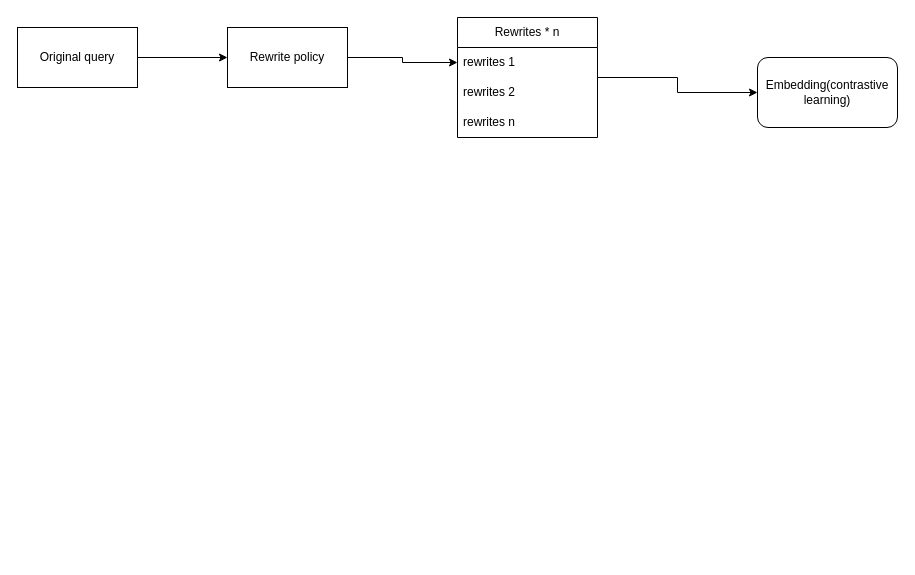
Earlier version of the draw.io diagram Untitled Diagram.drawio (ethanchan61/offline_dqn). Source tidied: cells renumbered, new cells numbered last; positions are measured from the earlier drawing's top-left corner, leaving out a move shared by most shapes. Both pictures are drawn from the tidied source at 100%, with x=0, y=0 at pixel (17, 17).
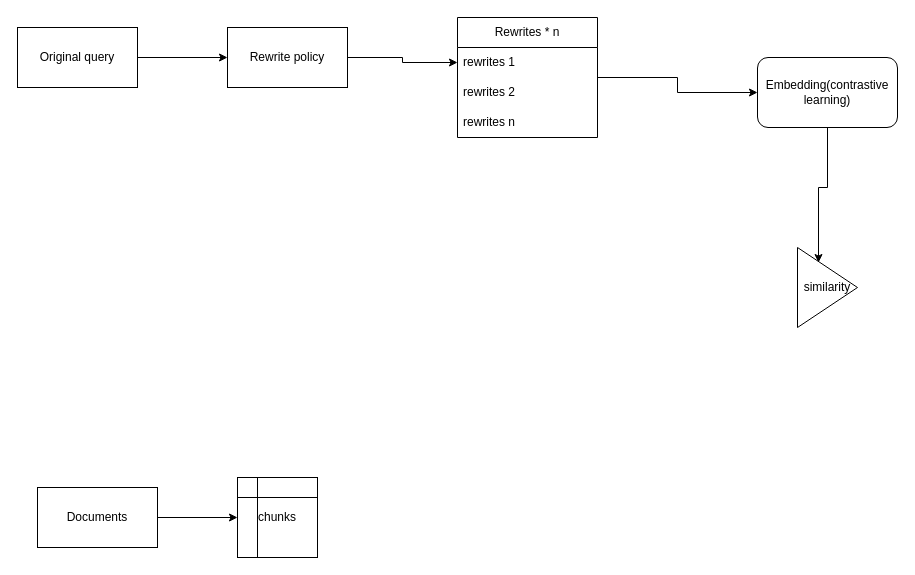
Above is the later version.

Change to the diagram source:
```diff
@@
 <mxGraphModel>
   <root>
     <mxCell id="0" />
     <mxCell id="1" parent="0" />
     <mxCell id="2" style="edgeStyle=orthogonalEdgeStyle;rounded=0;jettySize=auto;html=1;entryX=0;entryY=0.5;entryDx=0;entryDy=0;" parent="1" edge="1" source="3" target="5">
       <mxGeometry relative="1" as="geometry" />
     </mxCell>
     <mxCell id="3" value="Original query" style="rounded=0;whiteSpace=wrap;html=1;" parent="1" vertex="1">
       <mxGeometry y="10" width="120" height="60" as="geometry" />
     </mxCell>
     <mxCell id="4" style="edgeStyle=orthogonalEdgeStyle;rounded=0;jettySize=auto;html=1;entryX=0;entryY=0.5;entryDx=0;entryDy=0;" parent="1" edge="1" source="5" target="8">
       <mxGeometry relative="1" as="geometry" />
     </mxCell>
     <mxCell id="5" value="Rewrite policy" style="rounded=0;whiteSpace=wrap;html=1;" parent="1" vertex="1">
       <mxGeometry x="210" y="10" width="120" height="60" as="geometry" />
     </mxCell>
     <mxCell id="6" style="edgeStyle=orthogonalEdgeStyle;rounded=0;jettySize=auto;html=1;entryX=0;entryY=0.5;entryDx=0;entryDy=0;" parent="1" edge="1" source="7" target="11">
       <mxGeometry relative="1" as="geometry" />
     </mxCell>
     <mxCell id="7" value="Rewrites * n" style="swimlane;fontStyle=0;horizontal=1;startSize=30;whiteSpace=wrap;html=1;" parent="1" vertex="1">
       <mxGeometry x="440" width="140" height="120" as="geometry" />
     </mxCell>
     <mxCell id="8" value="rewrites 1" style="text;strokeColor=none;fillColor=none;align=left;verticalAlign=middle;spacingLeft=4;spacingRight=4;overflow=hidden;points=[[0,0.5],[1,0.5]];portConstraint=eastwest;whiteSpace=wrap;html=1;" parent="7" vertex="1">
       <mxGeometry y="30" width="140" height="30" as="geometry" />
     </mxCell>
     <mxCell id="9" value="rewrites 2" style="text;strokeColor=none;fillColor=none;align=left;verticalAlign=middle;spacingLeft=4;spacingRight=4;overflow=hidden;whiteSpace=wrap;html=1;" parent="7" vertex="1">
       <mxGeometry y="60" width="140" height="30" as="geometry" />
     </mxCell>
     <mxCell id="10" value="rewrites n" style="text;strokeColor=none;fillColor=none;align=left;verticalAlign=middle;spacingLeft=4;spacingRight=4;overflow=hidden;whiteSpace=wrap;html=1;" parent="7" vertex="1">
       <mxGeometry y="90" width="140" height="30" as="geometry" />
     </mxCell>
     <mxCell id="11" value="Embedding(contrastive learning)" style="rounded=1;whiteSpace=wrap;html=1;" parent="1" vertex="1">
       <mxGeometry x="740" y="40" width="140" height="70" as="geometry" />
     </mxCell>
+    <mxCell id="12" value="similarity" style="triangle;whiteSpace=wrap;html=1;" parent="1" vertex="1">
+      <mxGeometry x="780" y="230" width="60" height="80" as="geometry" />
+    </mxCell>
+    <mxCell id="13" style="edgeStyle=orthogonalEdgeStyle;rounded=0;jettySize=auto;html=1;entryX=0.35;entryY=0.188;entryDx=0;entryDy=0;entryPerimeter=0;" parent="1" edge="1" source="11" target="12">
+      <mxGeometry relative="1" as="geometry" />
+    </mxCell>
+    <mxCell id="14" style="edgeStyle=orthogonalEdgeStyle;rounded=0;jettySize=auto;html=1;" parent="1" edge="1" source="15" target="16">
+      <mxGeometry relative="1" as="geometry" />
+    </mxCell>
+    <mxCell id="15" value="Documents" style="rounded=0;whiteSpace=wrap;html=1;" parent="1" vertex="1">
+      <mxGeometry x="20" y="470" width="120" height="60" as="geometry" />
+    </mxCell>
+    <mxCell id="16" value="chunks" style="shape=internalStorage;whiteSpace=wrap;html=1;backgroundOutline=1;" parent="1" vertex="1">
+      <mxGeometry x="220" y="460" width="80" height="80" as="geometry" />
+    </mxCell>
   </root>
 </mxGraphModel>
```
